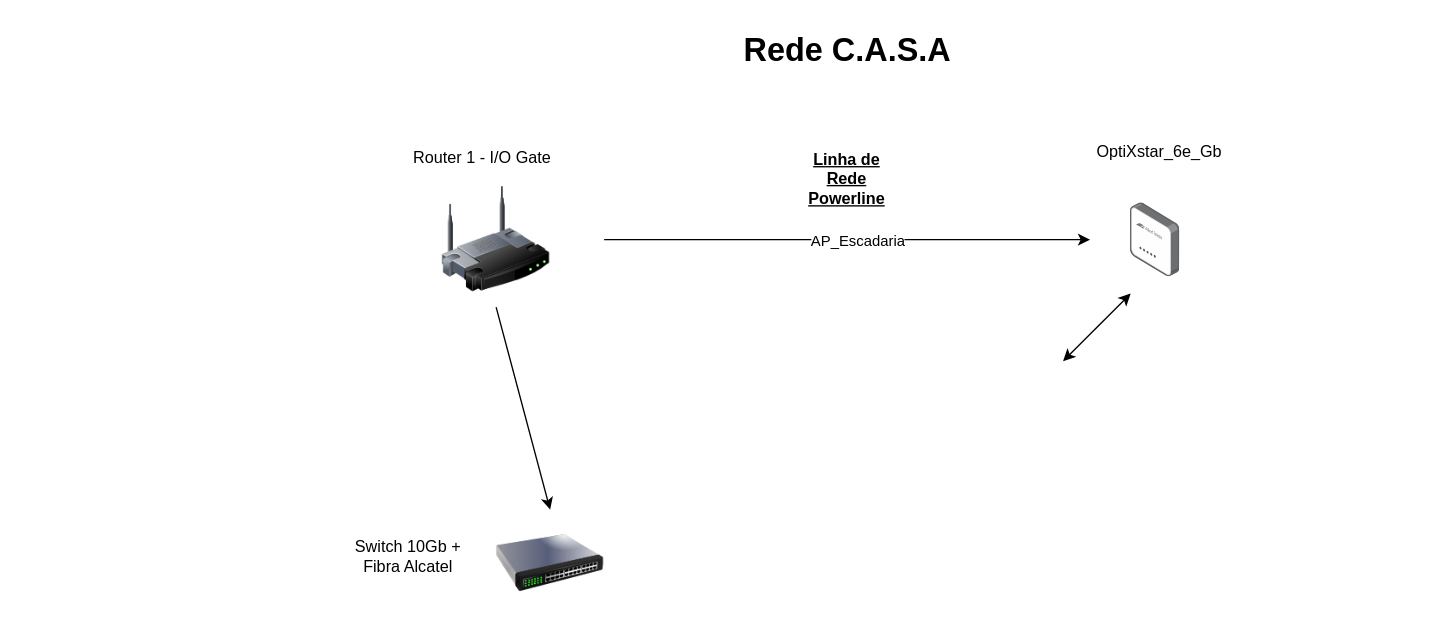
This is DataCommPAN.drawio from migueltheman/drawiopersonal, a draw.io file, before an edit. Source tidied: cells renumbered, new cells numbered last; positions are measured from the earlier drawing's top-left corner, leaving out a move shared by most shapes. Both pictures are drawn from the tidied source at 135%, with x=0, y=0 at pixel (347, 23).
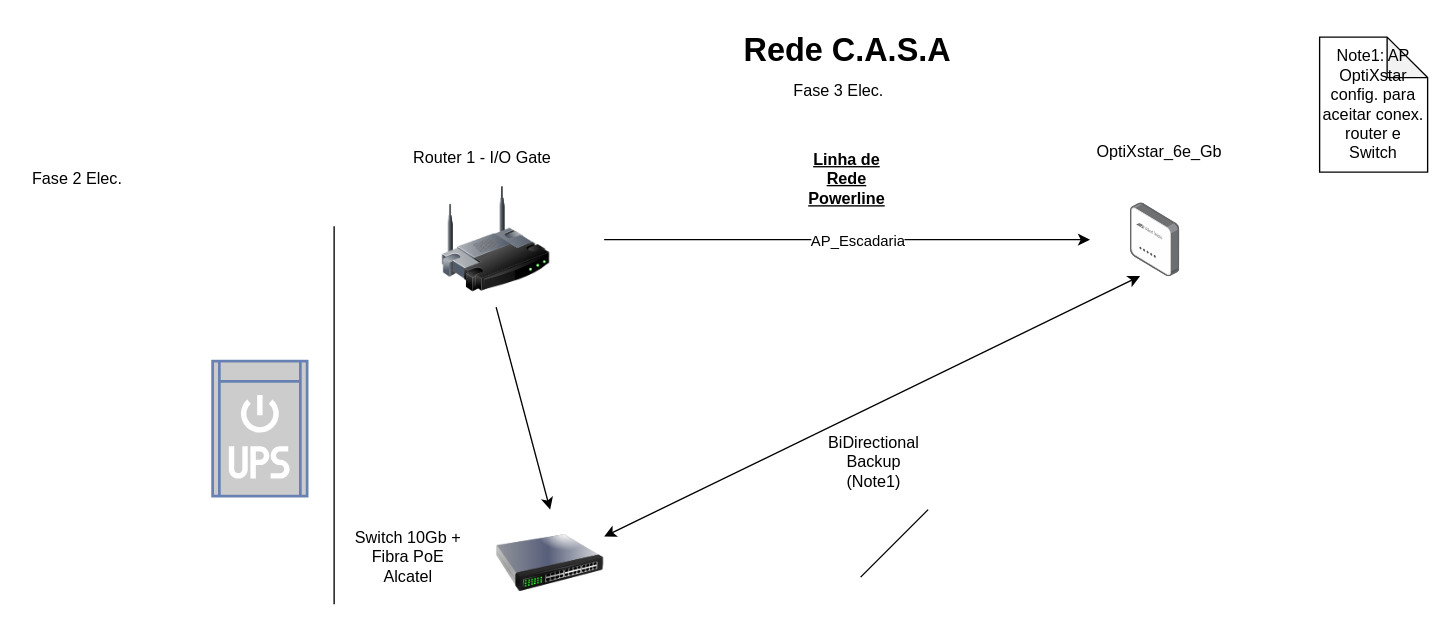
The same page after the edit.

Unchanged cells that the change refers to:
```xml
<mxCell id="8" style="image;points=[];html=1;align=center;shadow=0;dashed=0;image=img/lib/allied_telesis/wireless/Access_Point_Indoor.svg;" parent="1" vertex="1">
  <mxGeometry x="580" y="133" width="36.6" height="54.6" as="geometry" />
</mxCell>
<mxCell id="12" style="image;html=1;image=img/lib/clip_art/networking/Switch_128x128.png;" parent="1" vertex="1">
  <mxGeometry x="110" y="360" width="80" height="80" as="geometry" />
</mxCell>
```

What changed in the source:
```diff
@@
-    <mxCell id="13" value="Switch 10Gb + Fibra Alcatel" style="text;html=1;strokeColor=none;fillColor=none;align=center;verticalAlign=middle;whiteSpace=wrap;overflow=hidden;" parent="1" vertex="1">
+    <mxCell id="13" value="Switch 10Gb + Fibra PoE Alcatel" style="text;html=1;strokeColor=none;fillColor=none;align=center;verticalAlign=middle;whiteSpace=wrap;overflow=hidden;" parent="1" vertex="1">
       <mxGeometry y="370" width="90" height="50" as="geometry" />
     </mxCell>
-    <mxCell id="14" style="endArrow=classic;startArrow=classic;html=1;rounded=0;" parent="1" edge="1">
-      <mxGeometry relative="1" as="geometry">
-        <mxPoint x="530" y="250" as="sourcePoint" />
-        <mxPoint x="580" y="200" as="targetPoint" />
-      </mxGeometry>
+    <mxCell id="14" style="endArrow=classic;startArrow=classic;html=1;rounded=0;exitX=1;exitY=0.25;exitDx=0;exitDy=0;entryX=0.191;entryY=0.989;entryDx=0;entryDy=0;entryPerimeter=0;" parent="1" edge="1" source="12" target="8">
+      <mxGeometry relative="1" as="geometry" />
     </mxCell>
+    <mxCell id="15" value="BiDirectional Backup (Note1)" style="text;html=1;strokeColor=none;fillColor=none;align=center;verticalAlign=middle;whiteSpace=wrap;overflow=hidden;" parent="1" vertex="1">
+      <mxGeometry x="350" y="300" width="80" height="50" as="geometry" />
+    </mxCell>
+    <mxCell id="16" value="Note1: AP OptiXstar config. para aceitar conex. router e Switch" style="shape=note;whiteSpace=wrap;html=1;backgroundOutline=1;darkOpacity=0.05;" parent="1" vertex="1">
+      <mxGeometry x="720" y="10" width="80" height="100" as="geometry" />
+    </mxCell>
+    <mxCell id="17" style="fontColor=#0066CC;verticalAlign=top;verticalLabelPosition=bottom;labelPosition=center;align=center;html=1;fillColor=#CCCCCC;strokeColor=#6881B3;gradientColor=none;gradientDirection=north;strokeWidth=2;shape=mxgraph.networks.ups_small;" parent="1" vertex="1">
+      <mxGeometry x="-100" y="250" width="70" height="100" as="geometry" />
+    </mxCell>
+    <mxCell id="18" style="endArrow=none;html=1;rounded=0;" parent="1" edge="1">
+      <mxGeometry relative="1" as="geometry">
+        <mxPoint x="380" y="410" as="sourcePoint" />
+        <mxPoint x="430" y="360" as="targetPoint" />
+      </mxGeometry>
+    </mxCell>
+    <mxCell id="19" style="endArrow=none;html=1;rounded=0;" parent="1" edge="1">
+      <mxGeometry relative="1" as="geometry">
+        <mxPoint x="-10" y="430" as="sourcePoint" />
+        <mxPoint x="-10" y="150" as="targetPoint" />
+      </mxGeometry>
+    </mxCell>
+    <mxCell id="20" value="Fase 2 Elec." style="text;html=1;strokeColor=none;fillColor=none;align=center;verticalAlign=middle;whiteSpace=wrap;overflow=hidden;" parent="1" vertex="1">
+      <mxGeometry x="-240" y="105" width="80" height="20" as="geometry" />
+    </mxCell>
+    <mxCell id="21" value="Fase 3 Elec." style="text;html=1;strokeColor=none;fillColor=none;align=center;verticalAlign=middle;whiteSpace=wrap;overflow=hidden;" parent="1" vertex="1">
+      <mxGeometry x="324" y="40" width="80" height="20" as="geometry" />
+    </mxCell>
```
